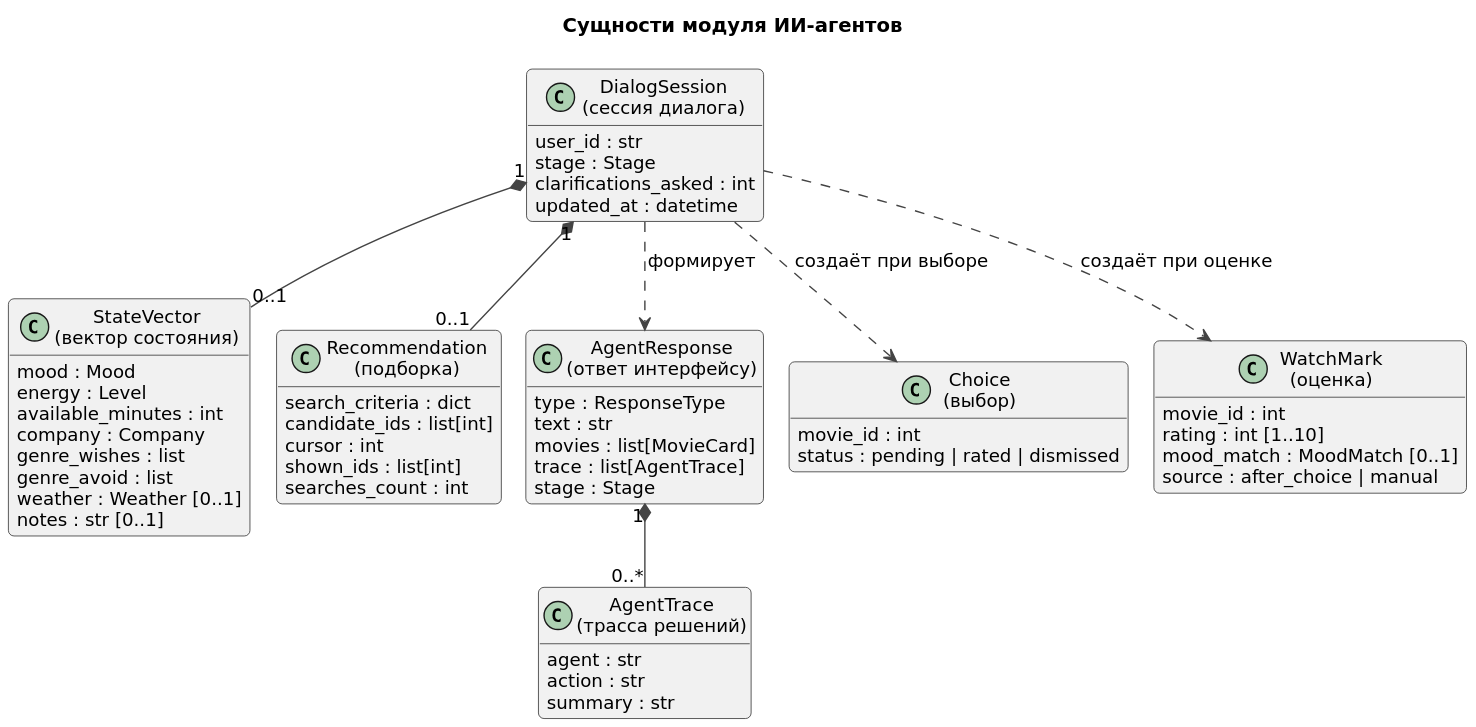
ryDIEv/CineMatch keeps this PlantUML diagram as documents/agents/diagrams/050-classes.svg. Above is the earlier version. Source of this version:
```plantuml
@startuml
!include _style.iuml
title Сущности модуля ИИ-агентов
hide empty methods
class "DialogSession\n(сессия диалога)" as S {
  user_id : str
  stage : Stage
  clarifications_asked : int
  updated_at : datetime
}
class "StateVector\n(вектор состояния)" as V {
  mood : Mood
  energy : Level
  available_minutes : int
  company : Company
  genre_wishes : list
  genre_avoid : list
  weather : Weather [0..1]
  notes : str [0..1]
}
class "Recommendation\n(подборка)" as R {
  search_criteria : dict
  candidate_ids : list[int]
  cursor : int
  shown_ids : list[int]
  searches_count : int
}
class "AgentTrace\n(трасса решений)" as T {
  agent : str
  action : str
  summary : str
}
class "AgentResponse\n(ответ интерфейсу)" as AR {
  type : ResponseType
  text : str
  movies : list[MovieCard]
  trace : list[AgentTrace]
  stage : Stage
}
class "Choice\n(выбор)" as C {
  movie_id : int
  status : pending | rated | dismissed
}
class "WatchMark\n(оценка)" as W {
  movie_id : int
  rating : int [1..10]
  mood_match : MoodMatch [0..1]
  source : after_choice | manual
}
S "1" *-- "0..1" V
S "1" *-- "0..1" R
AR "1" *-- "0..*" T
S ..> AR : формирует
S ..> C : создаёт при выборе
S ..> W : создаёт при оценке
@enduml
```
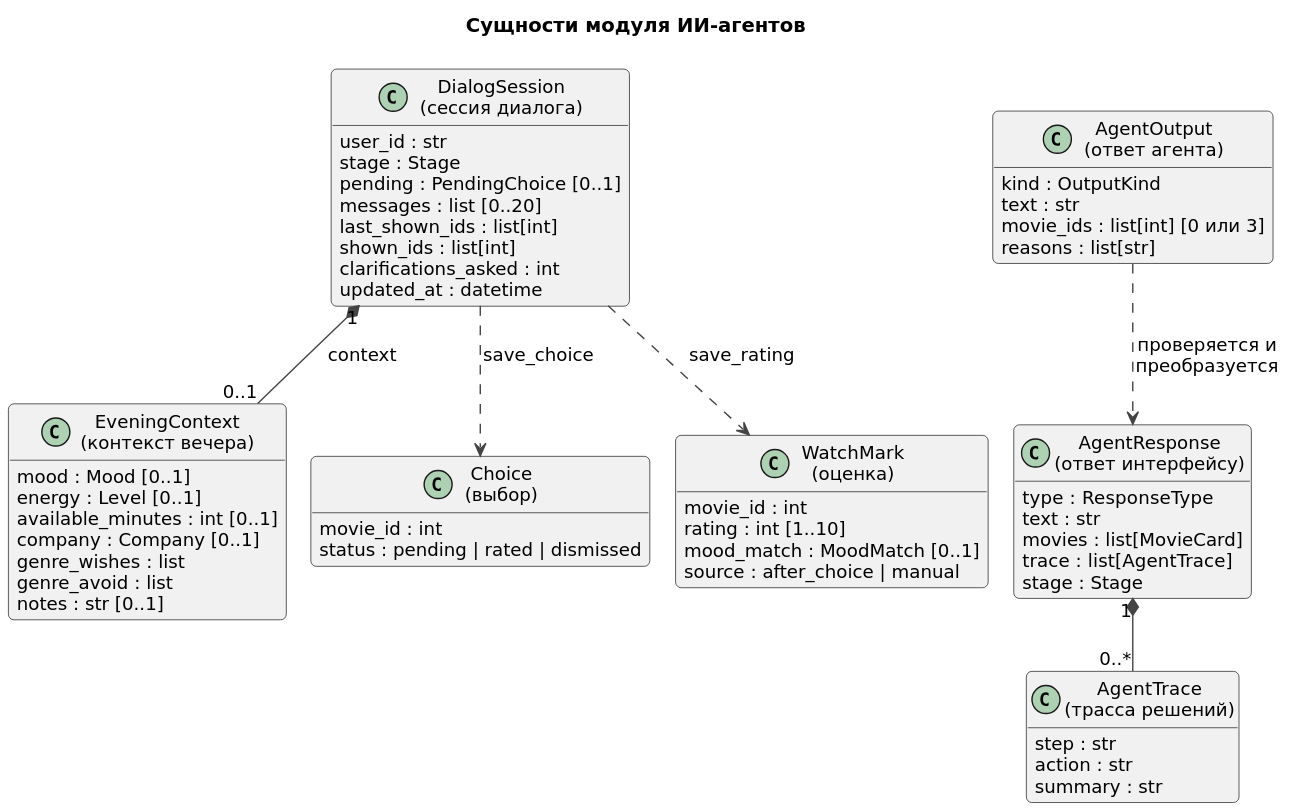
The same diagram one commit later.

Diff of the diagram source:
```diff
@@ -5,28 +5,30 @@
 class "DialogSession\n(сессия диалога)" as S {
   user_id : str
   stage : Stage
+  pending : PendingChoice [0..1]
+  messages : list [0..20]
+  last_shown_ids : list[int]
+  shown_ids : list[int]
   clarifications_asked : int
   updated_at : datetime
 }
-class "StateVector\n(вектор состояния)" as V {
-  mood : Mood
-  energy : Level
-  available_minutes : int
-  company : Company
+class "EveningContext\n(контекст вечера)" as V {
+  mood : Mood [0..1]
+  energy : Level [0..1]
+  available_minutes : int [0..1]
+  company : Company [0..1]
   genre_wishes : list
   genre_avoid : list
-  weather : Weather [0..1]
   notes : str [0..1]
 }
-class "Recommendation\n(подборка)" as R {
-  search_criteria : dict
-  candidate_ids : list[int]
-  cursor : int
-  shown_ids : list[int]
-  searches_count : int
+class "AgentOutput\n(ответ агента)" as O {
+  kind : OutputKind
+  text : str
+  movie_ids : list[int] [0 или 3]
+  reasons : list[str]
 }
 class "AgentTrace\n(трасса решений)" as T {
-  agent : str
+  step : str
   action : str
   summary : str
 }
@@ -47,10 +49,9 @@
   mood_match : MoodMatch [0..1]
   source : after_choice | manual
 }
-S "1" *-- "0..1" V
-S "1" *-- "0..1" R
+S "1" *-- "0..1" V : context
+O ..> AR : проверяется и\nпреобразуется
 AR "1" *-- "0..*" T
-S ..> AR : формирует
-S ..> C : создаёт при выборе
-S ..> W : создаёт при оценке
+S ..> C : save_choice
+S ..> W : save_rating
 @enduml
```
